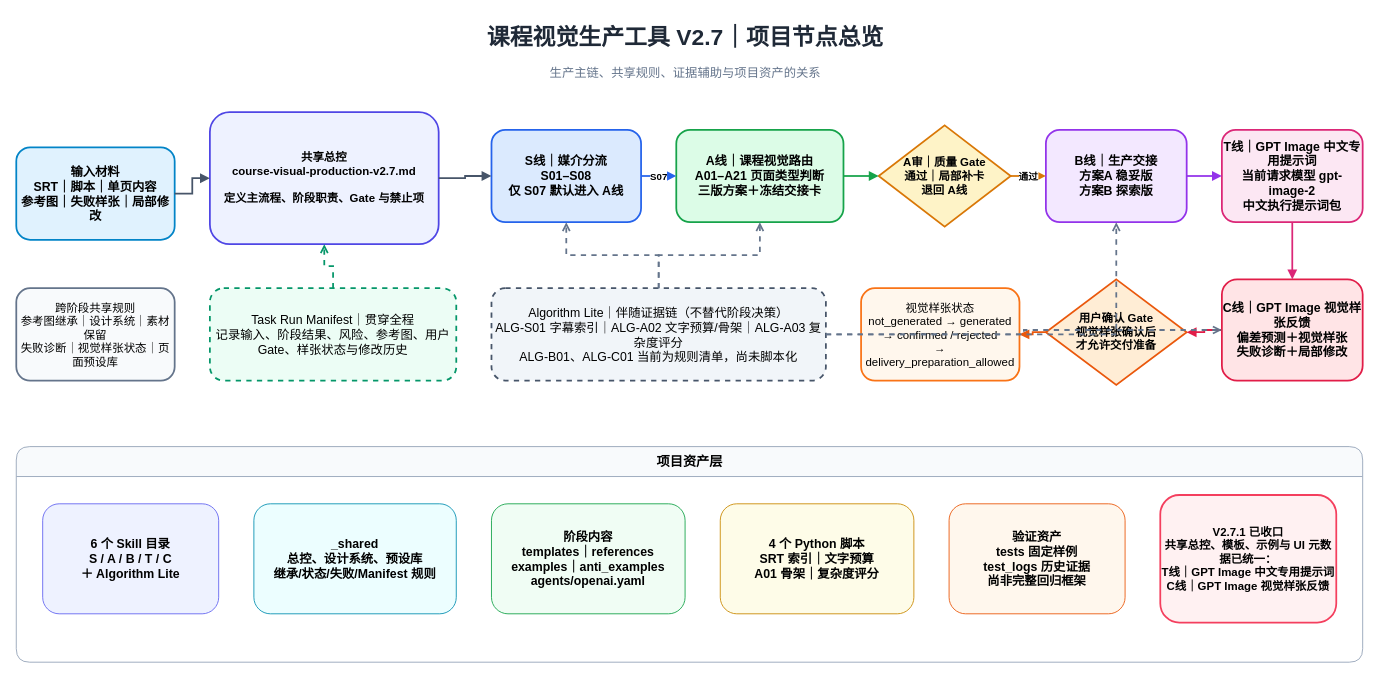
Above: page "项目节点总览" (1 of 2) of skills-v2.7-development-snapshot-20260814/项目源码/课程视觉生产工具V2.7_项目节点与流程.drawio in wjqsdwm438-ui/shengtu (draw.io), before the change. Source tidied: cells renumbered, new cells numbered last; positions are measured from the earlier drawing's top-left corner, leaving out a move shared by most shapes. Both pictures are drawn from the tidied source at 88%, with x=0, y=0 at pixel (16, 15).
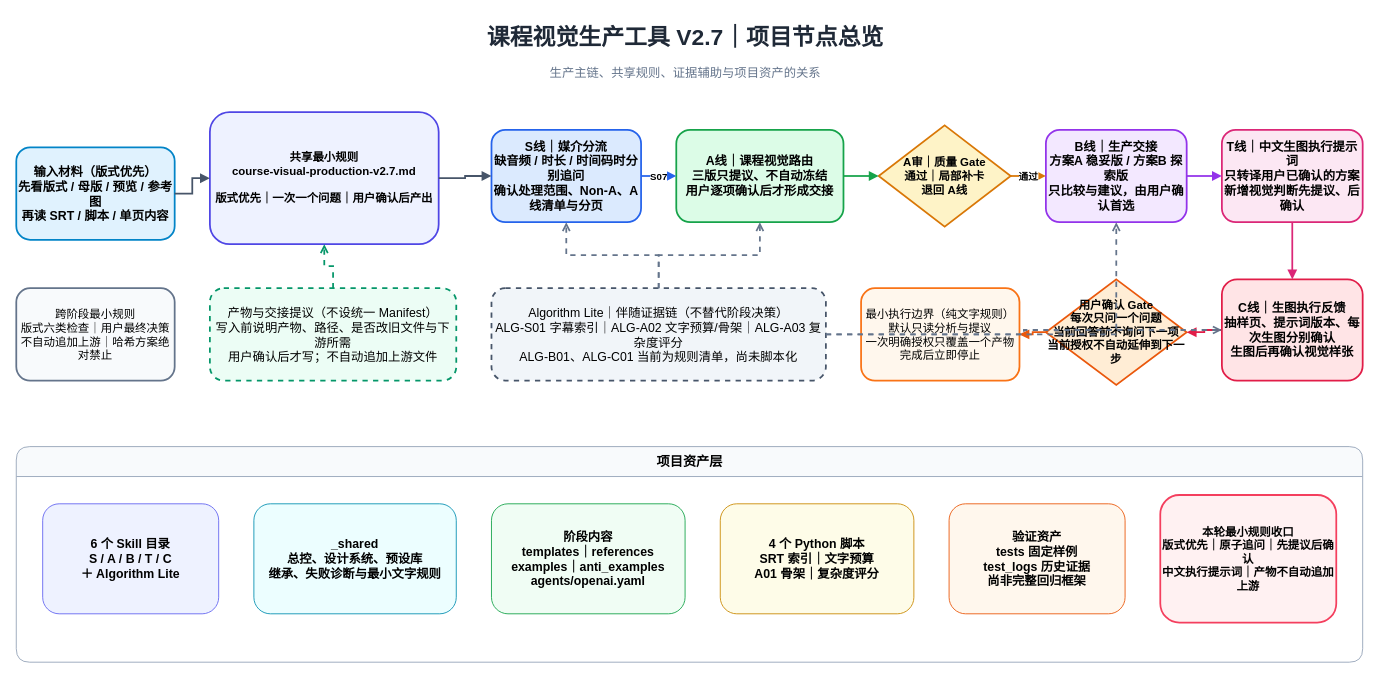
The same page after the edit.

Unchanged cells that the change refers to:
```xml
<mxCell id="17" value="项目资产层" style="swimlane;html=1;rounded=1;startSize=34;fillColor=#F8FAFC;swimlaneFillColor=#FFFFFF;strokeColor=#94A3B8;fontSize=15;fontStyle=1;" parent="1" vertex="1">
  <mxGeometry y="490" width="1530" height="245" as="geometry" />
</mxCell>
```

Change to the diagram source:
```diff
@@
-    <mxCell id="4" value="输入材料&#10;SRT｜脚本｜单页内容&#10;参考图｜失败样张｜局部修改" style="rounded=1;whiteSpace=wrap;html=1;fillColor=#E0F2FE;strokeColor=#0284C7;strokeWidth=2;fontSize=14;fontStyle=1;align=center;verticalAlign=middle;" parent="1" vertex="1">
+    <mxCell id="4" value="输入材料（版式优先）&#10;先看版式 / 母版 / 预览 / 参考图&#10;再读 SRT / 脚本 / 单页内容" style="rounded=1;whiteSpace=wrap;html=1;fillColor=#E0F2FE;strokeColor=#0284C7;strokeWidth=2;fontSize=14;fontStyle=1;align=center;verticalAlign=middle;" parent="1" vertex="1">
       <mxGeometry y="150" width="180" height="105" as="geometry" />
     </mxCell>
-    <mxCell id="5" value="共享总控&#10;course-visual-production-v2.7.md&#10;&#10;定义主流程、阶段职责、Gate 与禁止项" style="rounded=1;whiteSpace=wrap;html=1;fillColor=#EEF2FF;strokeColor=#4F46E5;strokeWidth=2;fontSize=13;fontStyle=1;align=center;verticalAlign=middle;" parent="1" vertex="1">
+    <mxCell id="5" value="共享最小规则&#10;course-visual-production-v2.7.md&#10;&#10;版式优先｜一次一个问题｜用户确认后产出" style="rounded=1;whiteSpace=wrap;html=1;fillColor=#EEF2FF;strokeColor=#4F46E5;strokeWidth=2;fontSize=13;fontStyle=1;align=center;verticalAlign=middle;" parent="1" vertex="1">
       <mxGeometry x="220" y="110" width="260" height="150" as="geometry" />
     </mxCell>
-    <mxCell id="6" value="S线｜媒介分流&#10;S01–S08&#10;仅 S07 默认进入 A线" style="rounded=1;whiteSpace=wrap;html=1;fillColor=#DBEAFE;strokeColor=#2563EB;strokeWidth=2;fontSize=14;fontStyle=1;align=center;verticalAlign=middle;" parent="1" vertex="1">
+    <mxCell id="6" value="S线｜媒介分流&#10;缺音频 / 时长 / 时间码时分别追问&#10;确认处理范围、Non-A、A线清单与分页" style="rounded=1;whiteSpace=wrap;html=1;fillColor=#DBEAFE;strokeColor=#2563EB;strokeWidth=2;fontSize=14;fontStyle=1;align=center;verticalAlign=middle;" parent="1" vertex="1">
       <mxGeometry x="540" y="130" width="170" height="105" as="geometry" />
     </mxCell>
-    <mxCell id="7" value="A线｜课程视觉路由&#10;A01–A21 页面类型判断&#10;三版方案＋冻结交接卡" style="rounded=1;whiteSpace=wrap;html=1;fillColor=#DCFCE7;strokeColor=#16A34A;strokeWidth=2;fontSize=14;fontStyle=1;align=center;verticalAlign=middle;" parent="1" vertex="1">
+    <mxCell id="7" value="A线｜课程视觉路由&#10;三版只提议、不自动冻结&#10;用户逐项确认后才形成交接" style="rounded=1;whiteSpace=wrap;html=1;fillColor=#DCFCE7;strokeColor=#16A34A;strokeWidth=2;fontSize=14;fontStyle=1;align=center;verticalAlign=middle;" parent="1" vertex="1">
       <mxGeometry x="750" y="130" width="190" height="105" as="geometry" />
     </mxCell>
@@
-    <mxCell id="9" value="B线｜生产交接&#10;方案A 稳妥版&#10;方案B 探索版" style="rounded=1;whiteSpace=wrap;html=1;fillColor=#F3E8FF;strokeColor=#9333EA;strokeWidth=2;fontSize=14;fontStyle=1;align=center;verticalAlign=middle;" parent="1" vertex="1">
+    <mxCell id="9" value="B线｜生产交接&#10;方案A 稳妥版 / 方案B 探索版&#10;只比较与建议，由用户确认首选" style="rounded=1;whiteSpace=wrap;html=1;fillColor=#F3E8FF;strokeColor=#9333EA;strokeWidth=2;fontSize=14;fontStyle=1;align=center;verticalAlign=middle;" parent="1" vertex="1">
       <mxGeometry x="1170" y="130" width="160" height="105" as="geometry" />
     </mxCell>
-    <mxCell id="10" value="T线｜GPT Image 中文专用提示词&#10;当前请求模型 gpt-image-2&#10;中文执行提示词包" style="rounded=1;whiteSpace=wrap;html=1;fillColor=#FCE7F3;strokeColor=#DB2777;strokeWidth=2;fontSize=14;fontStyle=1;align=center;verticalAlign=middle;" parent="1" vertex="1">
+    <mxCell id="10" value="T线｜中文生图执行提示词&#10;只转译用户已确认的方案&#10;新增视觉判断先提议、后确认" style="rounded=1;whiteSpace=wrap;html=1;fillColor=#FCE7F3;strokeColor=#DB2777;strokeWidth=2;fontSize=14;fontStyle=1;align=center;verticalAlign=middle;" parent="1" vertex="1">
       <mxGeometry x="1370" y="130" width="160" height="105" as="geometry" />
     </mxCell>
-    <mxCell id="11" value="C线｜GPT Image 视觉样张反馈&#10;偏差预测＋视觉样张&#10;失败诊断＋局部修改" style="rounded=1;whiteSpace=wrap;html=1;fillColor=#FFE4E6;strokeColor=#E11D48;strokeWidth=2;fontSize=14;fontStyle=1;align=center;verticalAlign=middle;" parent="1" vertex="1">
+    <mxCell id="11" value="C线｜生图执行反馈&#10;抽样页、提示词版本、每次生图分别确认&#10;生图后再确认视觉样张" style="rounded=1;whiteSpace=wrap;html=1;fillColor=#FFE4E6;strokeColor=#E11D48;strokeWidth=2;fontSize=14;fontStyle=1;align=center;verticalAlign=middle;" parent="1" vertex="1">
       <mxGeometry x="1370" y="300" width="160" height="115" as="geometry" />
     </mxCell>
-    <mxCell id="12" value="用户确认 Gate&#10;视觉样张确认后&#10;才允许交付准备" style="rhombus;whiteSpace=wrap;html=1;fillColor=#FFEDD5;strokeColor=#EA580C;strokeWidth=2;fontSize=13;fontStyle=1;align=center;verticalAlign=middle;" parent="1" vertex="1">
+    <mxCell id="12" value="用户确认 Gate&#10;每次只问一个问题&#10;当前回答前不询问下一项&#10;当前授权不自动延伸到下一步" style="rhombus;whiteSpace=wrap;html=1;fillColor=#FFEDD5;strokeColor=#EA580C;strokeWidth=2;fontSize=13;fontStyle=1;align=center;verticalAlign=middle;" parent="1" vertex="1">
       <mxGeometry x="1170" y="300" width="160" height="120" as="geometry" />
     </mxCell>
-    <mxCell id="13" value="视觉样张状态&#10;not_generated → generated&#10;→ confirmed / rejected&#10;→ delivery_preparation_allowed" style="rounded=1;whiteSpace=wrap;html=1;fillColor=#FFF7ED;strokeColor=#F97316;strokeWidth=2;fontSize=13;align=center;verticalAlign=middle;" parent="1" vertex="1">
+    <mxCell id="13" value="最小执行边界（纯文字规则）&#10;默认只读分析与提议&#10;一次明确授权只覆盖一个产物&#10;完成后立即停止" style="rounded=1;whiteSpace=wrap;html=1;fillColor=#FFF7ED;strokeColor=#F97316;strokeWidth=2;fontSize=13;align=center;verticalAlign=middle;" parent="1" vertex="1">
       <mxGeometry x="960" y="310" width="180" height="105" as="geometry" />
     </mxCell>
@@
-    <mxCell id="15" value="Task Run Manifest｜贯穿全程&#10;记录输入、阶段结果、风险、参考图、用户 Gate、样张状态与修改历史" style="rounded=1;whiteSpace=wrap;html=1;fillColor=#ECFDF5;strokeColor=#059669;strokeWidth=2;dashed=1;fontSize=14;align=center;verticalAlign=middle;" parent="1" vertex="1">
+    <mxCell id="15" value="产物与交接提议（不设统一 Manifest）&#10;写入前说明产物、路径、是否改旧文件与下游所需&#10;用户确认后才写；不自动追加上游文件" style="rounded=1;whiteSpace=wrap;html=1;fillColor=#ECFDF5;strokeColor=#059669;strokeWidth=2;dashed=1;fontSize=14;align=center;verticalAlign=middle;" parent="1" vertex="1">
       <mxGeometry x="220" y="310" width="280" height="105" as="geometry" />
     </mxCell>
-    <mxCell id="16" value="跨阶段共享规则&#10;参考图继承｜设计系统｜素材保留&#10;失败诊断｜视觉样张状态｜页面预设库" style="rounded=1;whiteSpace=wrap;html=1;fillColor=#F8FAFC;strokeColor=#64748B;strokeWidth=2;fontSize=13;align=center;verticalAlign=middle;" parent="1" vertex="1">
+    <mxCell id="16" value="跨阶段最小规则&#10;版式六类检查｜用户最终决策&#10;不自动追加上游｜哈希方案绝对禁止" style="rounded=1;whiteSpace=wrap;html=1;fillColor=#F8FAFC;strokeColor=#64748B;strokeWidth=2;fontSize=13;align=center;verticalAlign=middle;" parent="1" vertex="1">
       <mxGeometry y="310" width="180" height="105" as="geometry" />
     </mxCell>
@@
-    <mxCell id="19" value="_shared&#10;总控、设计系统、预设库&#10;继承/状态/失败/Manifest 规则" style="rounded=1;whiteSpace=wrap;html=1;fillColor=#ECFEFF;strokeColor=#0891B2;fontSize=14;fontStyle=1;align=center;verticalAlign=middle;" parent="17" vertex="1">
+    <mxCell id="19" value="_shared&#10;总控、设计系统、预设库&#10;继承、失败诊断与最小文字规则" style="rounded=1;whiteSpace=wrap;html=1;fillColor=#ECFEFF;strokeColor=#0891B2;fontSize=14;fontStyle=1;align=center;verticalAlign=middle;" parent="17" vertex="1">
       <mxGeometry x="270" y="65" width="230" height="125" as="geometry" />
     </mxCell>
@@
-    <mxCell id="23" value="V2.7.1 已收口&#10;共享总控、模板、示例与 UI 元数据已统一：&#10;T线｜GPT Image 中文专用提示词&#10;C线｜GPT Image 视觉样张反馈" style="rounded=1;whiteSpace=wrap;html=1;fillColor=#FFF1F2;strokeColor=#F43F5E;strokeWidth=2;fontSize=13;fontStyle=1;align=center;verticalAlign=middle;" parent="17" vertex="1">
+    <mxCell id="23" value="本轮最小规则收口&#10;版式优先｜原子追问｜先提议后确认&#10;中文执行提示词｜产物不自动追加上游" style="rounded=1;whiteSpace=wrap;html=1;fillColor=#FFF1F2;strokeColor=#F43F5E;strokeWidth=2;fontSize=13;fontStyle=1;align=center;verticalAlign=middle;" parent="17" vertex="1">
       <mxGeometry x="1300" y="55" width="200" height="145" as="geometry" />
     </mxCell>
```
